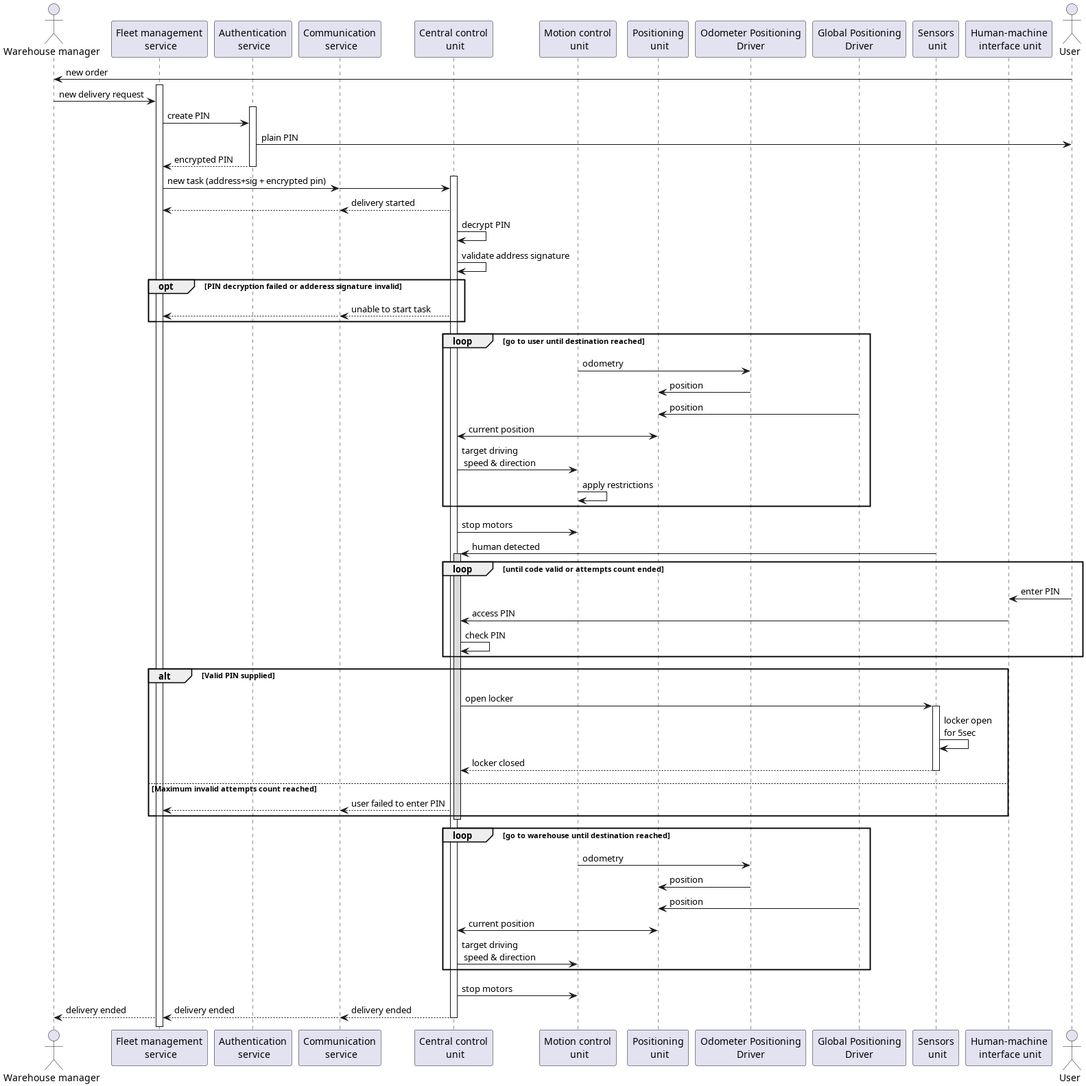
This is docs/diagrams/res/sequence_new.png from Losssaw3/cyberimmune-delivery-robot, a PlantUML export, as it was before one commit.
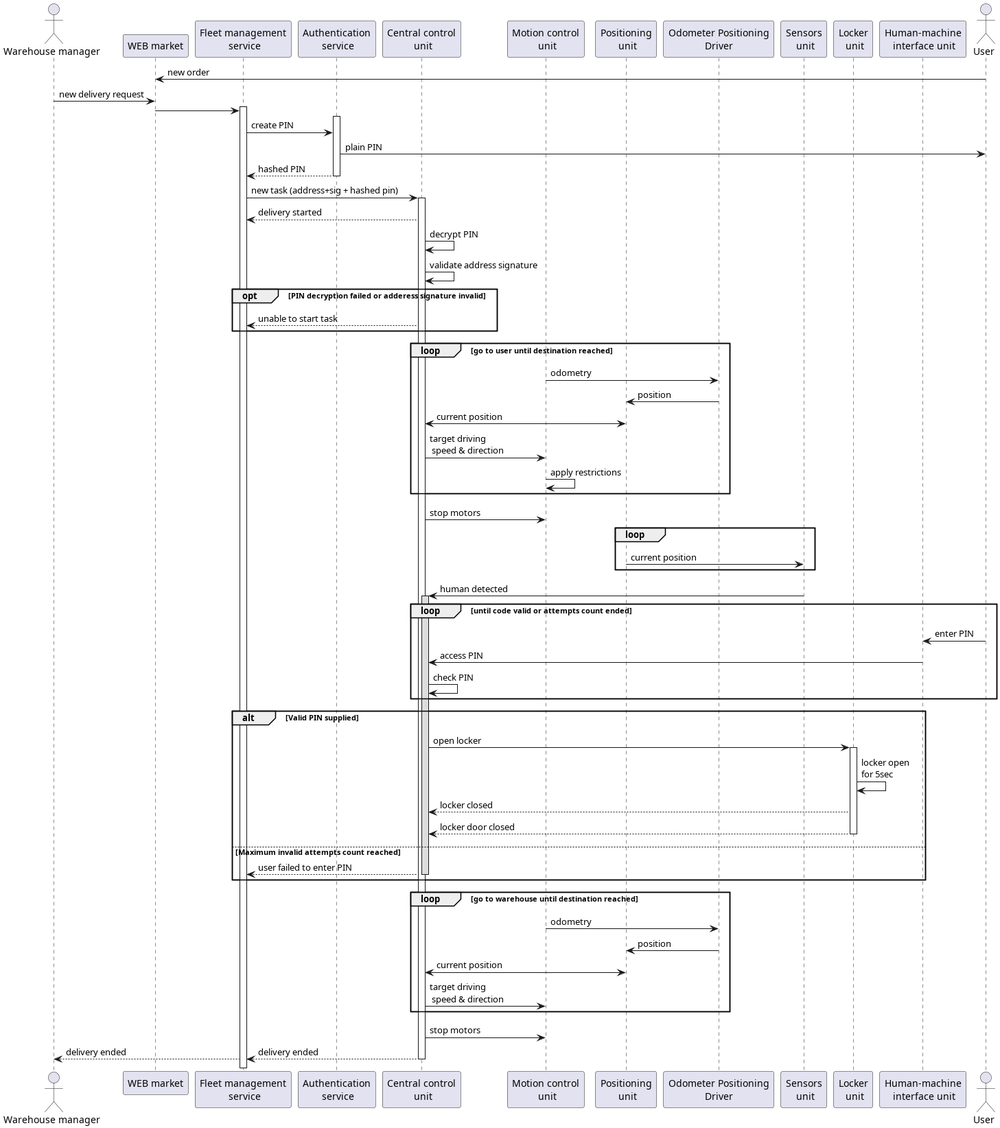
The same diagram one commit later.

Diff of the diagram source:
```diff
@@ -2,46 +2,44 @@
 !pragma teoz true
 
 actor "Warehouse manager" as WH
+participant "WEB market" as STOR
 participant "Fleet management\n service" as FMS
 participant "Authentication\n service" as AS
-participant "Communication\n service" as CS
 participant "Central control\n unit" as CCU
 participant "Motion control\n unit" as MCU
 participant "Positioning\n unit" as PU
 participant "Odometer Positioning\nDriver" as OPD
-participant "Global Positioning\nDriver" as GPD
 participant "Sensors\n unit" as SU
+participant "Locker\n unit" as LU
 participant "Human-machine\n interface unit" as HMI
 actor "User" as User
 
-User    -> WH:      new order
+User    -> STOR:      new order
+
+WH      -> STOR:     new delivery request
 activate FMS
-WH      -> FMS:     new delivery request
+STOR    -> FMS
 activate AS
 FMS     -> AS:      create PIN
 AS      -> User:    plain PIN
-AS     --> FMS:     encrypted PIN
+AS     --> FMS:     hashed PIN
 deactivate AS
-FMS     -> CS:      new task (address+sig + encrypted pin)
-&CS     -> CCU
+FMS     -> CCU:      new task (address+sig + hashed pin)
 
 activate CCU
 
-CCU    --> CS:      delivery started
-&CS    --> FMS:
+CCU    --> FMS:      delivery started
 
 CCU     -> CCU:     decrypt PIN
 CCU     -> CCU:     validate address signature
 opt PIN decryption failed or adderess signature invalid
-CCU    --> CS:      unable to start task
-&CS    --> FMS
+CCU    --> FMS:      unable to start task
 end opt
 
 loop go to user until destination reached
 
 MCU     -> OPD:      odometry
 OPD     -> PU:       position
-GPD     -> PU:       position
 PU      <-> CCU:     current position
 CCU     -> MCU:      target driving\n speed & direction
 MCU     -> MCU:       apply restrictions
@@ -50,6 +48,11 @@
 
 
 CCU     -> MCU:     stop motors
+
+
+loop
+PU      -> SU:      current position
+end
 
 SU      -> CCU:     human detected
 activate CCU #DDDDDD
@@ -63,16 +66,16 @@
 
 alt Valid PIN supplied
 
-CCU     -> SU:      open locker
-activate SU
-SU      -> SU:      locker open\nfor 5sec
-SU     --> CCU:     locker closed
-deactivate SU
+CCU     -> LU:      open locker
+activate LU
+LU      -> LU:      locker open\nfor 5sec
+LU     --> CCU:     locker closed
+LU     --> CCU:     locker door closed
+deactivate LU
 
 else Maximum invalid attempts count reached
 
-CCU    --> CS:      user failed to enter PIN
-&CS    --> FMS
+CCU    --> FMS:      user failed to enter PIN
 
 deactivate CCU
 end
@@ -80,18 +83,16 @@
 loop go to warehouse until destination reached
 MCU     -> OPD:      odometry
 OPD     -> PU:       position
-GPD     -> PU:       position
 PU      <-> CCU:     current position
 CCU     -> MCU:      target driving\n speed & direction
 end
 
 CCU     -> MCU:     stop motors
 
-CCU     --> CS:     delivery ended
+CCU     --> FMS:     delivery ended
 
 deactivate CCU
 
-&CS     --> FMS:    delivery ended
 &FMS    --> WH:     delivery ended
 
 deactivate FMS
```
